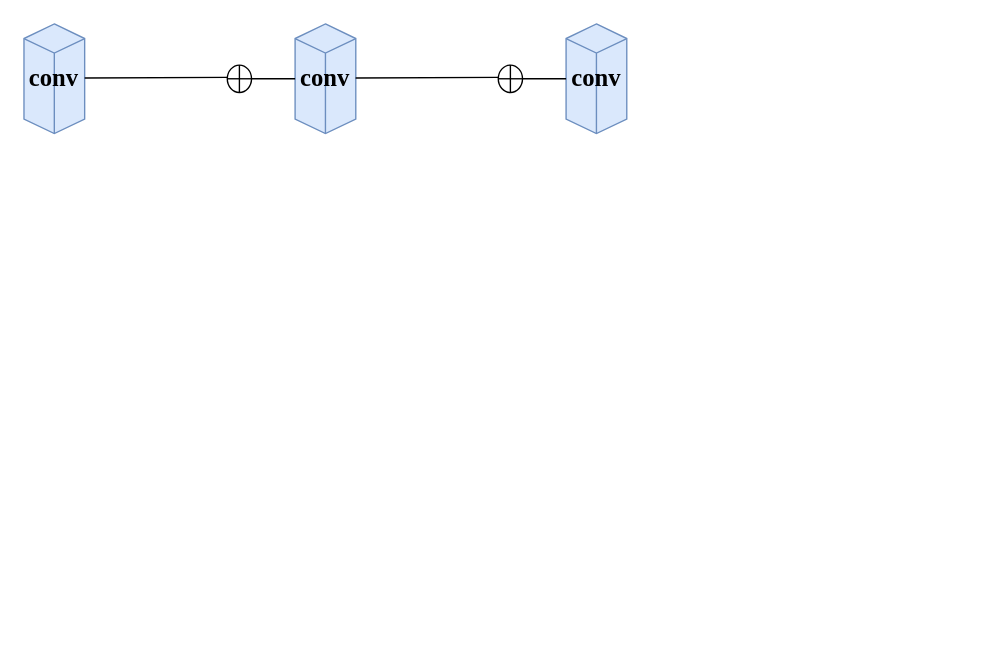
The draw.io diagram 一些论文/未命名绘图.drawio in yangmengmeng1997/dVectorSpeakerRecognition, before the edit. Source tidied: cells renumbered, new cells numbered last; positions are measured from the earlier drawing's top-left corner, leaving out a move shared by most shapes. Both pictures are drawn from the tidied source at 137%, with x=0, y=0 at pixel (23, 23).
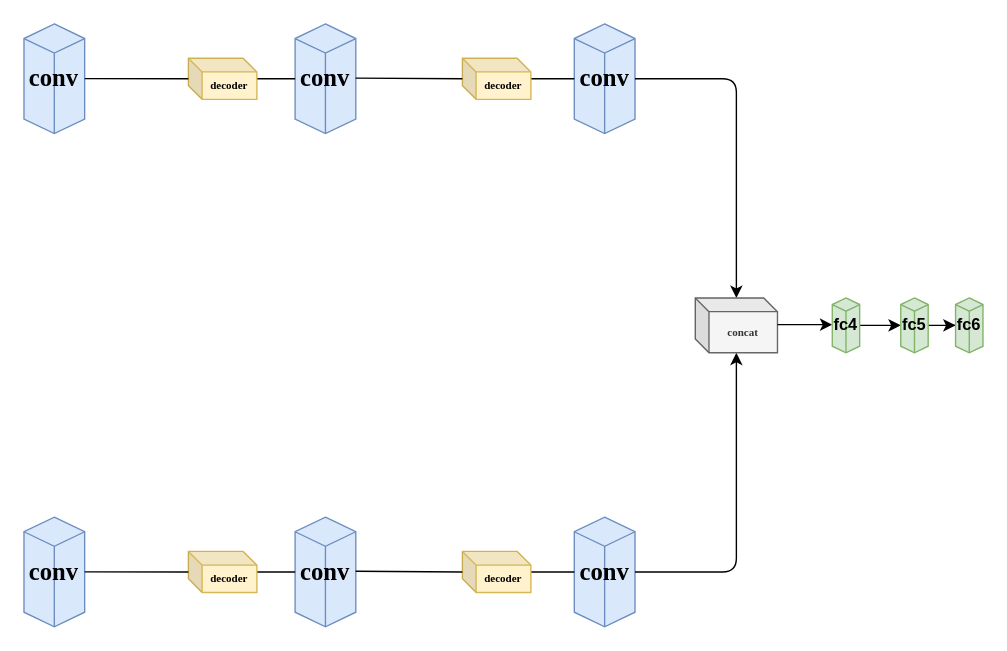
The same diagram, later.

The edit, as a diff of the source:
```diff
@@
-    <mxCell id="2" style="group;" parent="1" vertex="1">
-      <mxGeometry width="440" height="80" as="geometry" />
-    </mxCell>
-    <mxCell id="3" value="&lt;h2&gt;&lt;font face=&quot;Times New Roman&quot;&gt;conv&lt;/font&gt;&lt;/h2&gt;" style="whiteSpace=wrap;html=1;shape=mxgraph.basic.isocube;isoAngle=15;direction=east;fillColor=#dae8fc;strokeColor=#6c8ebf;" parent="2" vertex="1">
+    <mxCell id="3" value="&lt;h2&gt;&lt;font face=&quot;Times New Roman&quot;&gt;conv&lt;/font&gt;&lt;/h2&gt;" style="whiteSpace=wrap;html=1;shape=mxgraph.basic.isocube;isoAngle=15;direction=east;fillColor=#dae8fc;strokeColor=#6c8ebf;" parent="1" vertex="1">
       <mxGeometry width="44.3" height="80" as="geometry" />
     </mxCell>
-    <mxCell id="4" style="verticalLabelPosition=bottom;verticalAlign=top;html=1;shape=mxgraph.flowchart.summing_function;" parent="2" vertex="1">
-      <mxGeometry x="148.4" y="30" width="17.7" height="20" as="geometry" />
-    </mxCell>
-    <mxCell id="5" value="&lt;h2&gt;&lt;font face=&quot;Times New Roman&quot;&gt;conv&lt;/font&gt;&lt;/h2&gt;" style="whiteSpace=wrap;html=1;shape=mxgraph.basic.isocube;isoAngle=15;direction=east;fillColor=#dae8fc;strokeColor=#6c8ebf;" parent="2" vertex="1">
+    <mxCell id="5" value="&lt;h2&gt;&lt;font face=&quot;Times New Roman&quot;&gt;conv&lt;/font&gt;&lt;/h2&gt;" style="whiteSpace=wrap;html=1;shape=mxgraph.basic.isocube;isoAngle=15;direction=east;fillColor=#dae8fc;strokeColor=#6c8ebf;" parent="1" vertex="1">
       <mxGeometry x="197.9" width="44.3" height="80" as="geometry" />
     </mxCell>
-    <mxCell id="6" style="endArrow=none;html=1;" parent="2" edge="1">
-      <mxGeometry as="geometry">
-        <mxPoint x="44.3" y="39.4" as="sourcePoint" />
-        <mxPoint x="148.4" y="39" as="targetPoint" />
-      </mxGeometry>
-    </mxCell>
-    <mxCell id="7" style="endArrow=none;html=1;exitX=1;exitY=0.5;exitDx=0;exitDy=0;exitPerimeter=0;entryX=0;entryY=0.5;entryDx=0;entryDy=0;entryPerimeter=0;" parent="2" edge="1" source="4" target="5">
-      <mxGeometry x="121.1" y="40.1" as="geometry" />
+    <mxCell id="7" style="endArrow=none;html=1;exitX=1;exitY=0.5;exitDx=0;exitDy=0;exitPerimeter=0;entryX=0;entryY=0.5;entryDx=0;entryDy=0;entryPerimeter=0;" parent="1" edge="1" target="5">
+      <mxGeometry x="201.1" y="200.1" as="geometry">
+        <mxPoint x="166.1" y="40" as="sourcePoint" />
+      </mxGeometry>
     </mxCell>
-    <mxCell id="8" style="verticalLabelPosition=bottom;verticalAlign=top;html=1;shape=mxgraph.flowchart.summing_function;" parent="2" vertex="1">
-      <mxGeometry x="346.2" y="30" width="17.7" height="20" as="geometry" />
-    </mxCell>
-    <mxCell id="9" value="&lt;h2&gt;&lt;font face=&quot;Times New Roman&quot;&gt;conv&lt;/font&gt;&lt;/h2&gt;" style="whiteSpace=wrap;html=1;shape=mxgraph.basic.isocube;isoAngle=15;direction=east;fillColor=#dae8fc;strokeColor=#6c8ebf;" parent="2" vertex="1">
-      <mxGeometry x="395.7" width="44.3" height="80" as="geometry" />
+    <mxCell id="9" value="&lt;h2&gt;&lt;font face=&quot;Times New Roman&quot;&gt;conv&lt;/font&gt;&lt;/h2&gt;" style="whiteSpace=wrap;html=1;shape=mxgraph.basic.isocube;isoAngle=15;direction=east;fillColor=#dae8fc;strokeColor=#6c8ebf;" parent="1" vertex="1">
+      <mxGeometry x="401.7" width="44.3" height="80" as="geometry" />
     </mxCell>
-    <mxCell id="10" style="endArrow=none;html=1;" parent="2" edge="1">
-      <mxGeometry x="197.9" as="geometry">
-        <mxPoint x="242.1" y="39.4" as="sourcePoint" />
-        <mxPoint x="346.2" y="39" as="targetPoint" />
-      </mxGeometry>
-    </mxCell>
-    <mxCell id="11" style="endArrow=none;html=1;exitX=1;exitY=0.5;exitDx=0;exitDy=0;exitPerimeter=0;entryX=0;entryY=0.5;entryDx=0;entryDy=0;entryPerimeter=0;" parent="2" edge="1" source="8" target="9">
-      <mxGeometry x="319" y="40.1" as="geometry" />
+    <mxCell id="11" style="endArrow=none;html=1;exitX=1;exitY=0.5;exitDx=0;exitDy=0;exitPerimeter=0;entryX=0;entryY=0.5;entryDx=0;entryDy=0;entryPerimeter=0;" parent="1" edge="1" target="9">
+      <mxGeometry x="405" y="200.1" as="geometry">
+        <mxPoint x="370" y="40" as="sourcePoint" />
+      </mxGeometry>
     </mxCell>
+    <mxCell id="12" value="&lt;h6&gt;&lt;font face=&quot;Times New Roman&quot;&gt;decoder&lt;/font&gt;&lt;/h6&gt;" style="shape=cube;whiteSpace=wrap;html=1;boundedLbl=1;backgroundOutline=1;darkOpacity=0.05;darkOpacity2=0.1;size=10;fillColor=#fff2cc;strokeColor=#d6b656;" parent="1" vertex="1">
+      <mxGeometry x="120" y="25" width="50" height="30" as="geometry" />
+    </mxCell>
+    <mxCell id="13" style="endArrow=none;html=1;" parent="1" edge="1">
+      <mxGeometry x="80" y="160.5" as="geometry">
+        <mxPoint x="44.3" y="39.9" as="sourcePoint" />
+        <mxPoint x="120" y="40" as="targetPoint" />
+      </mxGeometry>
+    </mxCell>
+    <mxCell id="14" value="&lt;h6&gt;&lt;font face=&quot;Times New Roman&quot;&gt;decoder&lt;/font&gt;&lt;/h6&gt;" style="shape=cube;whiteSpace=wrap;html=1;boundedLbl=1;backgroundOutline=1;darkOpacity=0.05;darkOpacity2=0.1;size=10;fillColor=#fff2cc;strokeColor=#d6b656;" parent="1" vertex="1">
+      <mxGeometry x="320" y="25" width="50" height="30" as="geometry" />
+    </mxCell>
+    <mxCell id="15" style="endArrow=none;html=1;" parent="1" edge="1">
+      <mxGeometry x="277.9" y="160.1" as="geometry">
+        <mxPoint x="242.1" y="39.5" as="sourcePoint" />
+        <mxPoint x="320" y="40" as="targetPoint" />
+      </mxGeometry>
+    </mxCell>
+    <mxCell id="16" value="&lt;h2&gt;&lt;font face=&quot;Times New Roman&quot;&gt;conv&lt;/font&gt;&lt;/h2&gt;" style="whiteSpace=wrap;html=1;shape=mxgraph.basic.isocube;isoAngle=15;direction=east;fillColor=#dae8fc;strokeColor=#6c8ebf;" parent="1" vertex="1">
+      <mxGeometry y="360" width="44.3" height="80" as="geometry" />
+    </mxCell>
+    <mxCell id="17" value="&lt;h2&gt;&lt;font face=&quot;Times New Roman&quot;&gt;conv&lt;/font&gt;&lt;/h2&gt;" style="whiteSpace=wrap;html=1;shape=mxgraph.basic.isocube;isoAngle=15;direction=east;fillColor=#dae8fc;strokeColor=#6c8ebf;" parent="1" vertex="1">
+      <mxGeometry x="197.9" y="360" width="44.3" height="80" as="geometry" />
+    </mxCell>
+    <mxCell id="18" style="endArrow=none;html=1;exitX=1;exitY=0.5;exitDx=0;exitDy=0;exitPerimeter=0;entryX=0;entryY=0.5;entryDx=0;entryDy=0;entryPerimeter=0;" parent="1" edge="1" target="17">
+      <mxGeometry x="201.1" y="560.1" as="geometry">
+        <mxPoint x="166.1" y="400" as="sourcePoint" />
+      </mxGeometry>
+    </mxCell>
+    <mxCell id="19" value="&lt;h2&gt;&lt;font face=&quot;Times New Roman&quot;&gt;conv&lt;/font&gt;&lt;/h2&gt;" style="whiteSpace=wrap;html=1;shape=mxgraph.basic.isocube;isoAngle=15;direction=east;fillColor=#dae8fc;strokeColor=#6c8ebf;" parent="1" vertex="1">
+      <mxGeometry x="401.7" y="360" width="44.3" height="80" as="geometry" />
+    </mxCell>
+    <mxCell id="20" style="endArrow=none;html=1;exitX=1;exitY=0.5;exitDx=0;exitDy=0;exitPerimeter=0;entryX=0;entryY=0.5;entryDx=0;entryDy=0;entryPerimeter=0;" parent="1" edge="1" target="19">
+      <mxGeometry x="405" y="560.1" as="geometry">
+        <mxPoint x="370" y="400" as="sourcePoint" />
+      </mxGeometry>
+    </mxCell>
+    <mxCell id="21" value="&lt;h6&gt;&lt;font face=&quot;Times New Roman&quot;&gt;decoder&lt;/font&gt;&lt;/h6&gt;" style="shape=cube;whiteSpace=wrap;html=1;boundedLbl=1;backgroundOutline=1;darkOpacity=0.05;darkOpacity2=0.1;size=10;fillColor=#fff2cc;strokeColor=#d6b656;" parent="1" vertex="1">
+      <mxGeometry x="120" y="385" width="50" height="30" as="geometry" />
+    </mxCell>
+    <mxCell id="22" style="endArrow=none;html=1;" parent="1" edge="1">
+      <mxGeometry x="80" y="520.5" as="geometry">
+        <mxPoint x="44.3" y="399.9" as="sourcePoint" />
+        <mxPoint x="120" y="400" as="targetPoint" />
+      </mxGeometry>
+    </mxCell>
+    <mxCell id="23" value="&lt;h6&gt;&lt;font face=&quot;Times New Roman&quot;&gt;decoder&lt;/font&gt;&lt;/h6&gt;" style="shape=cube;whiteSpace=wrap;html=1;boundedLbl=1;backgroundOutline=1;darkOpacity=0.05;darkOpacity2=0.1;size=10;fillColor=#fff2cc;strokeColor=#d6b656;" parent="1" vertex="1">
+      <mxGeometry x="320" y="385" width="50" height="30" as="geometry" />
+    </mxCell>
+    <mxCell id="24" style="endArrow=none;html=1;" parent="1" edge="1">
+      <mxGeometry x="277.9" y="520.1" as="geometry">
+        <mxPoint x="242.1" y="399.5" as="sourcePoint" />
+        <mxPoint x="320" y="400" as="targetPoint" />
+      </mxGeometry>
+    </mxCell>
+    <mxCell id="25" style="edgeStyle=segmentEdgeStyle;endArrow=classic;html=1;" parent="1" edge="1">
+      <mxGeometry relative="1" as="geometry">
+        <mxPoint x="446" y="40" as="sourcePoint" />
+        <mxPoint x="520" y="200" as="targetPoint" />
+      </mxGeometry>
+    </mxCell>
+    <mxCell id="26" style="edgeStyle=segmentEdgeStyle;endArrow=classic;html=1;" parent="1" edge="1">
+      <mxGeometry relative="1" as="geometry">
+        <mxPoint x="446" y="400" as="sourcePoint" />
+        <mxPoint x="520" y="240" as="targetPoint" />
+      </mxGeometry>
+    </mxCell>
+    <mxCell id="27" value="&lt;h6&gt;&lt;font face=&quot;Times New Roman&quot;&gt;concat&lt;/font&gt;&lt;/h6&gt;" style="shape=cube;whiteSpace=wrap;html=1;boundedLbl=1;backgroundOutline=1;darkOpacity=0.05;darkOpacity2=0.1;size=10;fillColor=#f5f5f5;strokeColor=#666666;fontColor=#333333;" parent="1" vertex="1">
+      <mxGeometry x="490" y="200" width="60" height="40" as="geometry" />
+    </mxCell>
+    <mxCell id="28" style="endArrow=classic;html=1;" parent="1" edge="1">
+      <mxGeometry relative="1" as="geometry">
+        <mxPoint x="550" y="219.5" as="sourcePoint" />
+        <mxPoint x="590" y="219.5" as="targetPoint" />
+      </mxGeometry>
+    </mxCell>
+    <mxCell id="29" style="edgeStyle=orthogonalEdgeStyle;rounded=0;jettySize=auto;html=1;" parent="1" edge="1" source="30">
+      <mxGeometry relative="1" as="geometry">
+        <mxPoint x="640" y="220" as="targetPoint" />
+      </mxGeometry>
+    </mxCell>
+    <mxCell id="30" value="&lt;b&gt;fc4&lt;/b&gt;" style="html=1;whiteSpace=wrap;shape=isoCube2;backgroundOutline=1;isoAngle=15;fillColor=#d5e8d4;strokeColor=#82b366;" parent="1" vertex="1">
+      <mxGeometry x="590" y="200" width="20" height="40" as="geometry" />
+    </mxCell>
+    <mxCell id="31" style="edgeStyle=orthogonalEdgeStyle;rounded=0;jettySize=auto;html=1;" parent="1" edge="1" source="32" target="33">
+      <mxGeometry relative="1" as="geometry" />
+    </mxCell>
+    <mxCell id="32" value="&lt;b&gt;fc5&lt;/b&gt;" style="html=1;whiteSpace=wrap;shape=isoCube2;backgroundOutline=1;isoAngle=15;fillColor=#d5e8d4;strokeColor=#82b366;" parent="1" vertex="1">
+      <mxGeometry x="640" y="200" width="20" height="40" as="geometry" />
+    </mxCell>
+    <mxCell id="33" value="&lt;b&gt;fc6&lt;/b&gt;" style="html=1;whiteSpace=wrap;shape=isoCube2;backgroundOutline=1;isoAngle=15;fillColor=#d5e8d4;strokeColor=#82b366;" parent="1" vertex="1">
+      <mxGeometry x="680" y="200" width="20" height="40" as="geometry" />
+    </mxCell>
```
